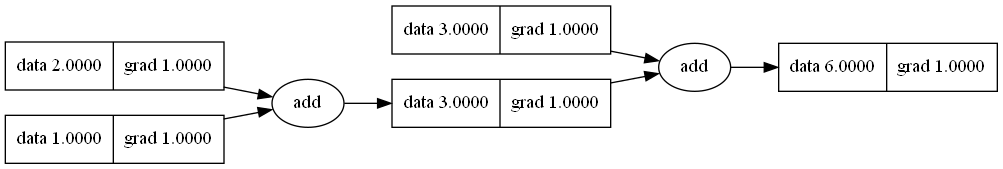
Above: Digraph.gv.png in pacanada/nanograd (Graphviz), before the change. Its source is kept beside it as Digraph.gv. The source it was exported from:
```dot
digraph {
	graph [rankdir=LR]
	2412439846976 [label="{ data 3.0000 | grad 1.0000 }" shape=record]
	"2412439846976add" [label=add]
	"2412439846976add" -> 2412439846976
	2412439850624 [label="{ data 6.0000 | grad 1.0000 }" shape=record]
	"2412439850624add" [label=add]
	"2412439850624add" -> 2412439850624
	2412439707872 [label="{ data 2.0000 | grad 1.0000 }" shape=record]
	2412439707392 [label="{ data 3.0000 | grad 1.0000 }" shape=record]
	2412439707920 [label="{ data 1.0000 | grad 1.0000 }" shape=record]
	2412439707920 -> "2412439846976add"
	2412439707392 -> "2412439850624add"
	2412439846976 -> "2412439850624add"
	2412439707872 -> "2412439846976add"
}
```
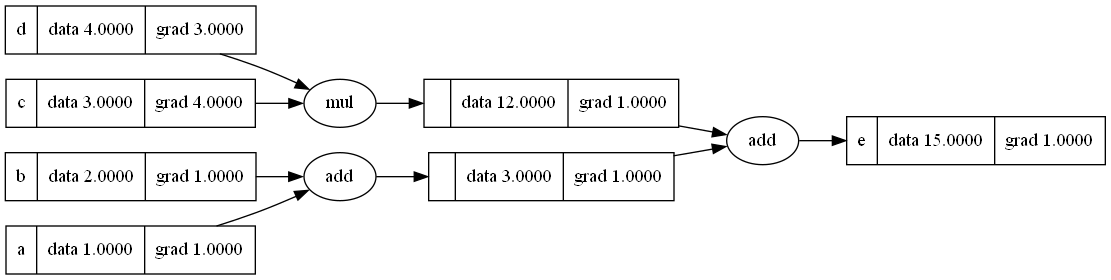
The same diagram one commit later.

Diff of the diagram source:
```diff
@@ -1,16 +1,22 @@
 digraph {
 	graph [rankdir=LR]
-	2412439846976 [label="{ data 3.0000 | grad 1.0000 }" shape=record]
-	"2412439846976add" [label=add]
-	"2412439846976add" -> 2412439846976
-	2412439850624 [label="{ data 6.0000 | grad 1.0000 }" shape=record]
-	"2412439850624add" [label=add]
-	"2412439850624add" -> 2412439850624
-	2412439707872 [label="{ data 2.0000 | grad 1.0000 }" shape=record]
-	2412439707392 [label="{ data 3.0000 | grad 1.0000 }" shape=record]
-	2412439707920 [label="{ data 1.0000 | grad 1.0000 }" shape=record]
-	2412439707920 -> "2412439846976add"
-	2412439707392 -> "2412439850624add"
-	2412439846976 -> "2412439850624add"
-	2412439707872 -> "2412439846976add"
+	2336494109744 [label="{  | data 3.0000 | grad 1.0000 }" shape=record]
+	"2336494109744add" [label=add]
+	"2336494109744add" -> 2336494109744
+	2336494109600 [label="{ d | data 4.0000 | grad 3.0000 }" shape=record]
+	2336494902944 [label="{ e | data 15.0000 | grad 1.0000 }" shape=record]
+	"2336494902944add" [label=add]
+	"2336494902944add" -> 2336494902944
+	2336493965120 [label="{ b | data 2.0000 | grad 1.0000 }" shape=record]
+	2336493964688 [label="{ a | data 1.0000 | grad 1.0000 }" shape=record]
+	2336493965216 [label="{ c | data 3.0000 | grad 4.0000 }" shape=record]
+	2336494902752 [label="{  | data 12.0000 | grad 1.0000 }" shape=record]
+	"2336494902752mul" [label=mul]
+	"2336494902752mul" -> 2336494902752
+	2336493965120 -> "2336494109744add"
+	2336493965216 -> "2336494902752mul"
+	2336494902752 -> "2336494902944add"
+	2336493964688 -> "2336494109744add"
+	2336494109600 -> "2336494902752mul"
+	2336494109744 -> "2336494902944add"
 }
```
